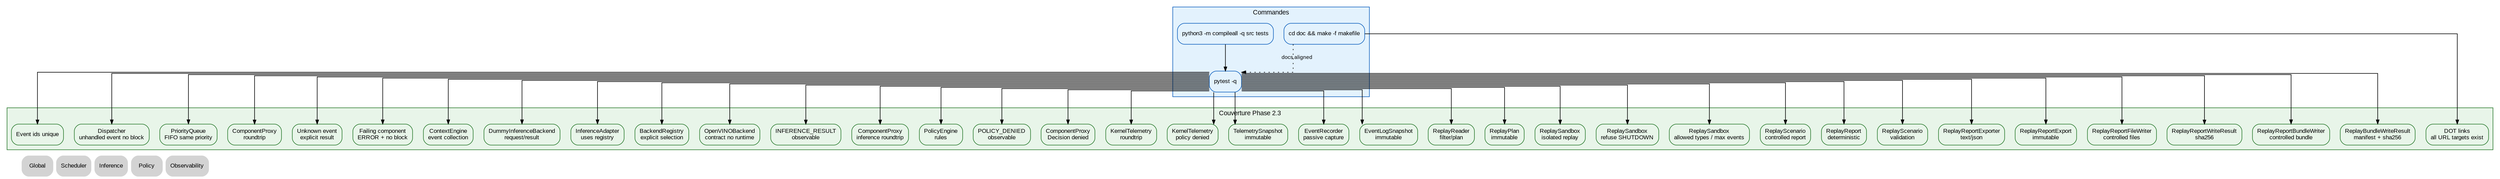
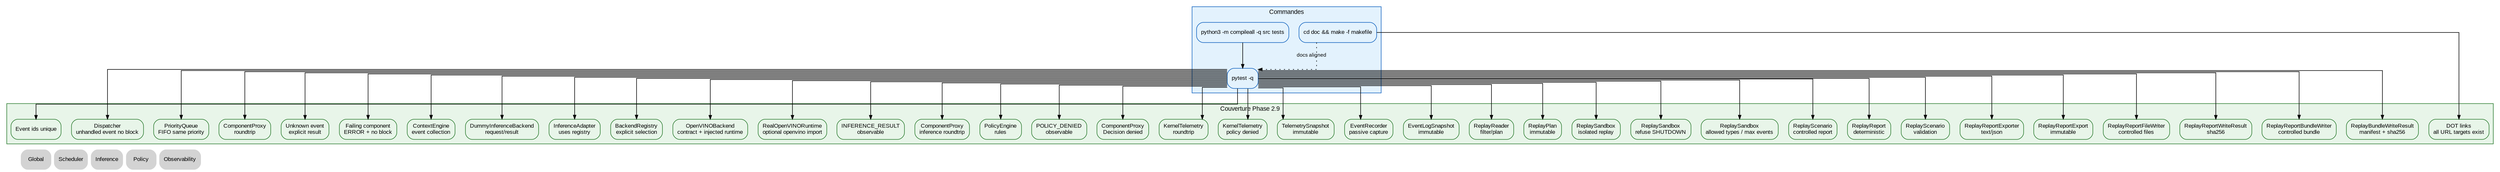
digraph Tests {
    rankdir=TB;
    splines=ortho;

    graph [fontname="Arial", fontsize=11];
    node [shape=box, style="rounded,filled", fontname="Arial", fontsize=10];
    edge [fontname="Arial", fontsize=9, arrowsize=0.7];

-     // ROADMAP_NOTE[phase2_6]:
-     // Ajout des tests OpenVINOBackend contractuels avec faux runtime injecté.
-     // Ces tests ne chargent pas openvino : ils valident uniquement la forme
-     // backend/config/state/error avant intégration réelle.
+     // ROADMAP_NOTE[phase2_9]:
+     // Ajout des tests RealOpenVINORuntime avec faux module openvino injecté.
+     // Ces tests valident l'import isolé, les entrées brutes, le cache de modèle
+     // compilé et l'absence de modèle/tokenizer imposé.

    subgraph cluster_commands {
        label="Commandes";
        color="#1565c0";
        bgcolor="#e3f2fd";
        node [fillcolor="#e3f2fd", color="#1565c0"];
        Compile [label="python3 -m compileall -q src tests"];
        Pytest [label="pytest -q"];
        Dot [label="cd doc && make -f makefile"];
    }

    subgraph cluster_coverage {
-         label="Couverture Phase 2.3";
+         label="Couverture Phase 2.9";
        color="#2e7d32";
        bgcolor="#e8f5e9";
        node [fillcolor="#e8f5e9", color="#2e7d32"];
        EventIds [label="Event ids unique"];
        Dispatcher [label="Dispatcher\nunhandled event no block"];
        Queue [label="PriorityQueue\nFIFO same priority"];
        Proxy [label="ComponentProxy\nroundtrip"];
        Unknown [label="Unknown event\nexplicit result"];
        Failure [label="Failing component\nERROR + no block"];
        Context [label="ContextEngine\nevent collection"];
        Inference [label="DummyInferenceBackend\nrequest/result"];
        InferenceAdapter [label="InferenceAdapter\nuses registry"];
        BackendRegistry [label="BackendRegistry\nexplicit selection"];
-         OpenVINOContract [label="OpenVINOBackend\ncontract no runtime", URL="../inference/41_openvino_backend.svg"];
+         OpenVINOContract [label="OpenVINOBackend\ncontract + injected runtime", URL="../inference/41_openvino_backend.svg"];
+         OpenVINORuntime [label="RealOpenVINORuntime\noptional openvino import", URL="../inference/42_openvino_runtime.svg"];
        InferenceObs [label="INFERENCE_RESULT\nobservable"];
        InferenceProxy [label="ComponentProxy\ninference roundtrip"];
        PolicyRules [label="PolicyEngine\nrules"];
        PolicyDenied [label="POLICY_DENIED\nobservable"];
        PolicyProxy [label="ComponentProxy\nDecision denied"];
        TelemetryRoundtrip [label="KernelTelemetry\nroundtrip"];
        TelemetryDenied [label="KernelTelemetry\npolicy denied"];
        TelemetrySnapshot [label="TelemetrySnapshot\nimmutable"];
        EventRecorder [label="EventRecorder\npassive capture"];
        EventLogSnapshot [label="EventLogSnapshot\nimmutable"];
        ReplayReader [label="ReplayReader\nfilter/plan"];
        ReplayPlan [label="ReplayPlan\nimmutable"];
        ReplaySandbox [label="ReplaySandbox\nisolated replay"];
        ReplaySandboxDenied [label="ReplaySandbox\nrefuse SHUTDOWN"];
        ReplaySandboxLimits [label="ReplaySandbox\nallowed types / max events"];
        ReplayScenario [label="ReplayScenario\ncontrolled report"];
        ReplayReport [label="ReplayReport\ndeterministic"];
        ReplayScenarioValidation [label="ReplayScenario\nvalidation"];
        ReplayReportExporter [label="ReplayReportExporter\ntext/json"];
        ReplayReportExport [label="ReplayReportExport\nimmutable"];
        ReplayReportFileWriter [label="ReplayReportFileWriter\ncontrolled files"];
        ReplayReportWriteResult [label="ReplayReportWriteResult\nsha256"];
        ReplayReportBundleWriter [label="ReplayReportBundleWriter\ncontrolled bundle"];
        ReplayBundleWriteResult [label="ReplayBundleWriteResult\nmanifest + sha256"];
        DotLinks [label="DOT links\nall URL targets exist"];
    }

    Compile -> Pytest;
    Pytest -> EventIds;
    Pytest -> Dispatcher;
    Pytest -> Queue;
    Pytest -> Proxy;
    Pytest -> Unknown;
    Pytest -> Failure;
    Pytest -> Context;
    Pytest -> Inference;
    Pytest -> InferenceAdapter;
    Pytest -> BackendRegistry;
    Pytest -> OpenVINOContract;
+     Pytest -> OpenVINORuntime;
    Pytest -> InferenceObs;
    Pytest -> InferenceProxy;
    Pytest -> PolicyRules;
    Pytest -> PolicyDenied;
    Pytest -> PolicyProxy;
    Pytest -> TelemetryRoundtrip;
    Pytest -> TelemetryDenied;
    Pytest -> TelemetrySnapshot;
    Pytest -> EventRecorder;
    Pytest -> EventLogSnapshot;
    Pytest -> ReplayReader;
    Pytest -> ReplayPlan;
    Pytest -> ReplaySandbox;
    Pytest -> ReplaySandboxDenied;
    Pytest -> ReplaySandboxLimits;
    Pytest -> ReplayScenario;
    Pytest -> ReplayReport;
    Pytest -> ReplayScenarioValidation;
    Pytest -> ReplayReportExporter;
    Pytest -> ReplayReportExport;
    Pytest -> ReplayReportFileWriter;
    Pytest -> ReplayReportWriteResult;
    Pytest -> ReplayReportBundleWriter;
    Pytest -> ReplayBundleWriteResult;
    Dot -> DotLinks;
    Dot -> Pytest [style=dotted, label="docs aligned"];

    Nav_Global [label="Global", shape=plaintext, URL="../00_global.svg"];
    Nav_Scheduler [label="Scheduler", shape=plaintext, URL="../scheduler/10_scheduler.svg"];
    Nav_Inference [label="Inference", shape=plaintext, URL="../inference/40_inference.svg"];
    Nav_Policy [label="Policy", shape=plaintext, URL="../00_global.svg"];
    Nav_Observability [label="Observability", shape=plaintext, URL="../observability/70_observability.svg"];

    { rank=sink; Nav_Global; Nav_Scheduler; Nav_Inference; Nav_Policy; Nav_Observability; }
}
